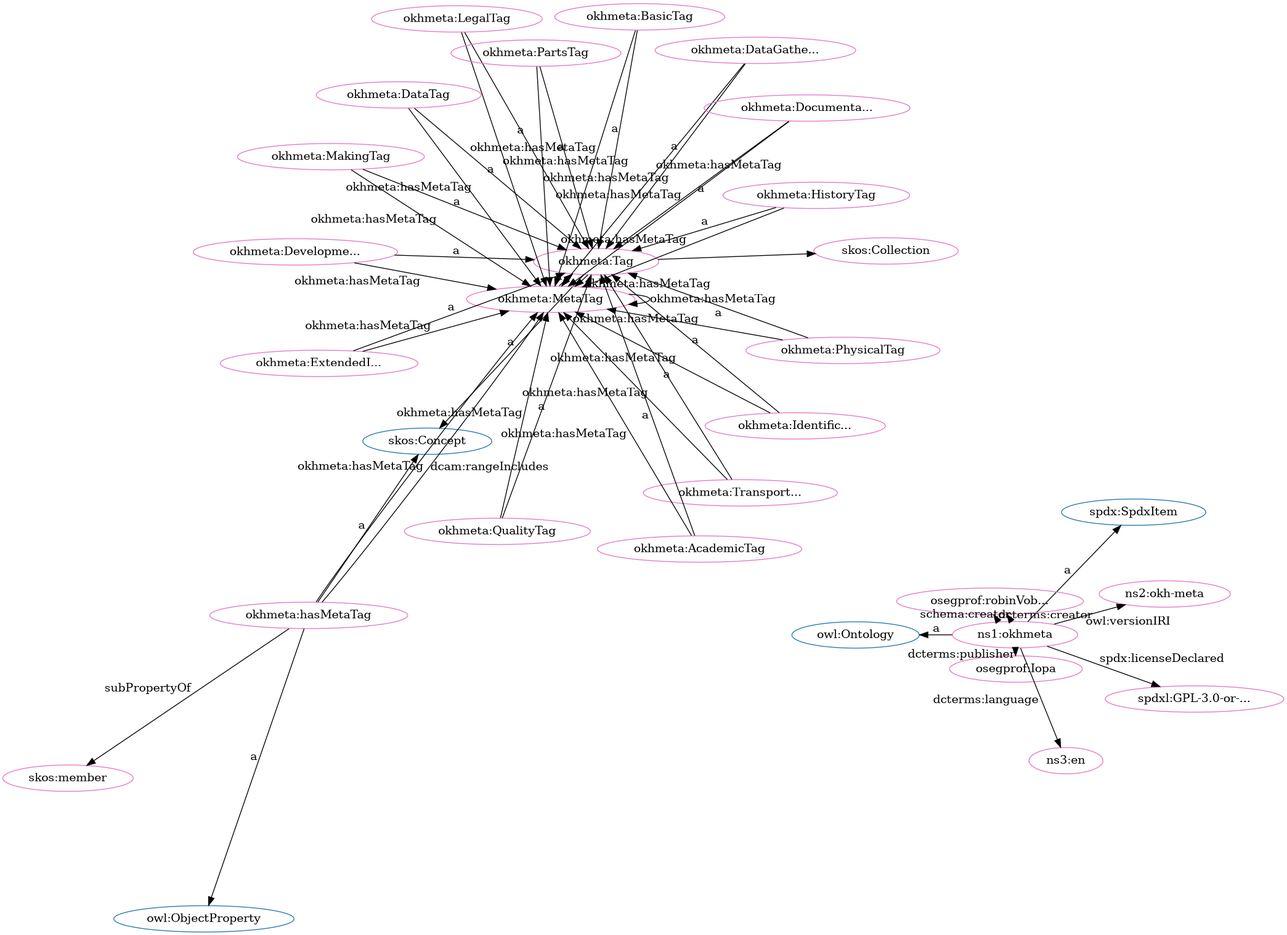
This is src/spec/fdp_okh-meta.png from iop-alliance/OpenKnowHow, a Graphviz export, as it was before one commit. Its source is kept beside it as src/spec/fdp_okh-meta.dot.
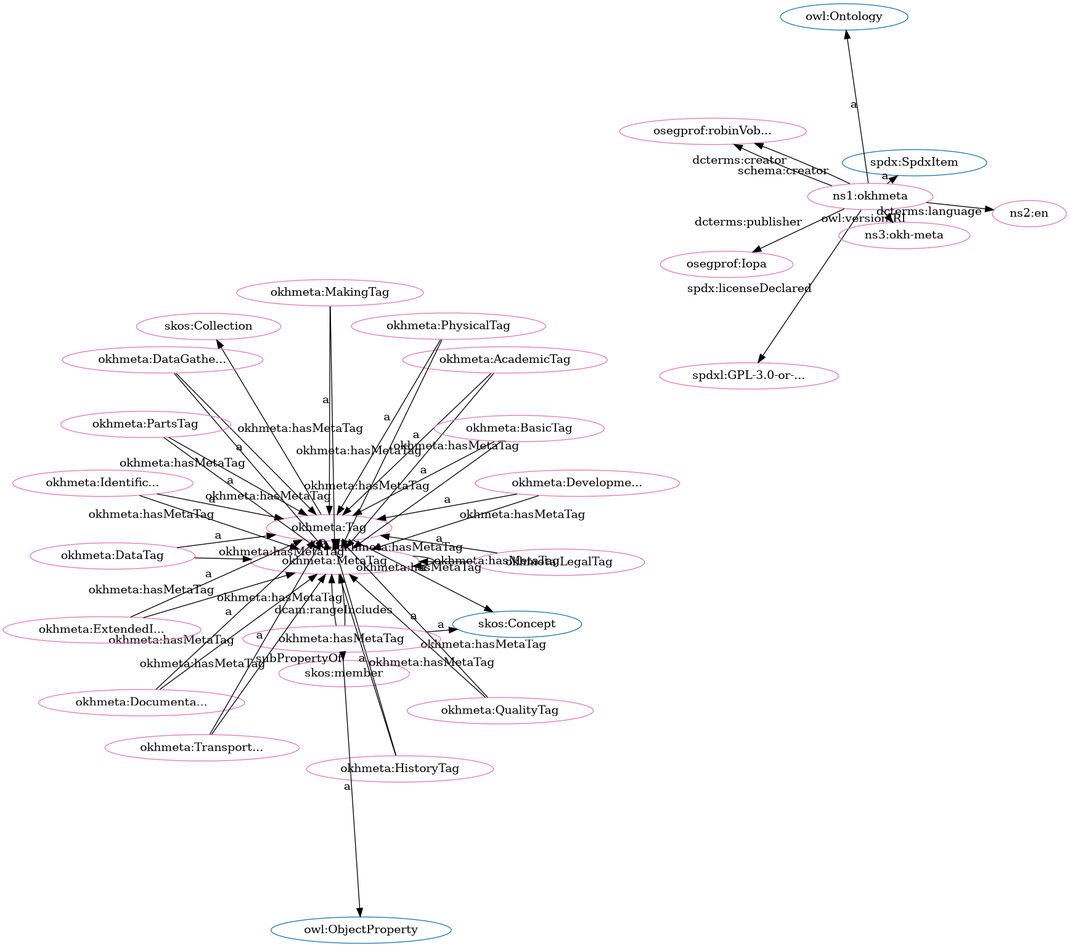
After the commit.

Change to the diagram source:
```diff
@@ -1,84 +1,84 @@
 digraph G {
   rankdir=BT
   node[height=.3]
-"http://www.w3.org/2004/02/skos/core#Collection" [fillcolor="#1f77b4" color="#1f77b4" label="skos:Collection"]
+"http://w3id.org/oseg/ont/okhmeta#Tag" [fillcolor="#1f77b4" color="#1f77b4" label="okhmeta:Tag"]
+"http://www.w3.org/2002/07/owl#Ontology" [fillcolor="#1f77b4" color="#1f77b4" label="owl:Ontology"]
 "http://www.w3.org/2004/02/skos/core#Concept" [fillcolor="#1f77b4" color="#1f77b4" label="skos:Concept"]
-"http://www.w3.org/2002/07/owl#Ontology" [fillcolor="#1f77b4" color="#1f77b4" label="owl:Ontology"]
 "http://spdx.org/rdf/terms#SpdxItem" [fillcolor="#1f77b4" color="#1f77b4" label="spdx:SpdxItem"]
 "http://www.w3.org/2002/07/owl#ObjectProperty" [fillcolor="#1f77b4" color="#1f77b4" label="owl:ObjectProperty"]
-"http://w3id.org/oseg/ont/okhmeta#Tag" [fillcolor="#1f77b4" color="#1f77b4" label="okhmeta:Tag"]
+"http://www.w3.org/2004/02/skos/core#Collection" [fillcolor="#1f77b4" color="#1f77b4" label="skos:Collection"]
+"http://w3id.org/oseg/ont/okhmeta#MetaTag" [fillcolor="#e377c2" color="#e377c2" label="okhmeta:MetaTag"]
+"http://w3id.org/oseg/ont/oseg-profiles#Iopa" [fillcolor="#e377c2" color="#e377c2" label="osegprof:Iopa"]
+"http://w3id.org/oseg/ont/okhmeta" [fillcolor="#e377c2" color="#e377c2" label="ns1:okhmeta"]
+"http://w3id.org/oseg/ont/okhmeta#AcademicTag" [fillcolor="#e377c2" color="#e377c2" label="okhmeta:AcademicTag"]
+"http://www.w3.org/2004/02/skos/core#member" [fillcolor="#e377c2" color="#e377c2" label="skos:member"]
+"http://w3id.org/oseg/ont/okhmeta#MakingTag" [fillcolor="#e377c2" color="#e377c2" label="okhmeta:MakingTag"]
+"http://w3id.org/oseg/ont/okhmeta#QualityTag" [fillcolor="#e377c2" color="#e377c2" label="okhmeta:QualityTag"]
+"http://w3id.org/oseg/ont/okhmeta#DocumentationTag" [fillcolor="#e377c2" color="#e377c2" label="okhmeta:Documenta..."]
+"http://w3id.org/oseg/ont/okhmeta#LegalTag" [fillcolor="#e377c2" color="#e377c2" label="okhmeta:LegalTag"]
 "http://w3id.org/oseg/ont/okhmeta#HistoryTag" [fillcolor="#e377c2" color="#e377c2" label="okhmeta:HistoryTag"]
+"http://id.loc.gov/vocabulary/iso639-1/en" [fillcolor="#e377c2" color="#e377c2" label="ns2:en"]
+"http://w3id.org/oseg/ont/okhmeta#Tag" [fillcolor="#e377c2" color="#e377c2" label="okhmeta:Tag"]
+"http://w3id.org/oseg/ont/oseg-profiles#robinVobruba" [fillcolor="#e377c2" color="#e377c2" label="osegprof:robinVob..."]
+"http://w3id.org/oseg/ont/okhmeta#hasMetaTag" [fillcolor="#e377c2" color="#e377c2" label="okhmeta:hasMetaTag"]
+"http://w3id.org/oseg/ont/okhmeta#PhysicalTag" [fillcolor="#e377c2" color="#e377c2" label="okhmeta:PhysicalTag"]
+"http://spdx.org/licenses/GPL-3.0-or-later" [fillcolor="#e377c2" color="#e377c2" label="spdxl:GPL-3.0-or-..."]
+"http://w3id.org/oseg/ont/okhmeta#DevelopmentTag" [fillcolor="#e377c2" color="#e377c2" label="okhmeta:Developme..."]
+"http://w3id.org/oseg/ont/okhmeta#BasicTag" [fillcolor="#e377c2" color="#e377c2" label="okhmeta:BasicTag"]
+"http://w3id.org/oseg/ont/okhmeta#ExtendedInfoTag" [fillcolor="#e377c2" color="#e377c2" label="okhmeta:ExtendedI..."]
+"http://www.w3.org/2004/02/skos/core#Collection" [fillcolor="#e377c2" color="#e377c2" label="skos:Collection"]
+"http://w3id.org/oseg/ont/1.1.0/okh-meta" [fillcolor="#e377c2" color="#e377c2" label="ns3:okh-meta"]
+"http://w3id.org/oseg/ont/okhmeta#IdentificationTag" [fillcolor="#e377c2" color="#e377c2" label="okhmeta:Identific..."]
+"http://w3id.org/oseg/ont/okhmeta#DataGatheringTag" [fillcolor="#e377c2" color="#e377c2" label="okhmeta:DataGathe..."]
+"http://w3id.org/oseg/ont/okhmeta#PartsTag" [fillcolor="#e377c2" color="#e377c2" label="okhmeta:PartsTag"]
 "http://w3id.org/oseg/ont/okhmeta#TransportationTag" [fillcolor="#e377c2" color="#e377c2" label="okhmeta:Transport..."]
-"http://w3id.org/oseg/ont/okhmeta#MakingTag" [fillcolor="#e377c2" color="#e377c2" label="okhmeta:MakingTag"]
-"http://w3id.org/oseg/ont/okhmeta#MetaTag" [fillcolor="#e377c2" color="#e377c2" label="okhmeta:MetaTag"]
-"http://w3id.org/oseg/ont/okhmeta" [fillcolor="#e377c2" color="#e377c2" label="ns1:okhmeta"]
-"http://w3id.org/oseg/ont/okhmeta#ExtendedInfoTag" [fillcolor="#e377c2" color="#e377c2" label="okhmeta:ExtendedI..."]
-"http://w3id.org/oseg/ont/okhmeta#AcademicTag" [fillcolor="#e377c2" color="#e377c2" label="okhmeta:AcademicTag"]
-"http://w3id.org/oseg/ont/okhmeta#QualityTag" [fillcolor="#e377c2" color="#e377c2" label="okhmeta:QualityTag"]
 "http://w3id.org/oseg/ont/okhmeta#DataTag" [fillcolor="#e377c2" color="#e377c2" label="okhmeta:DataTag"]
-"http://w3id.org/oseg/ont/oseg-profiles#robinVobruba" [fillcolor="#e377c2" color="#e377c2" label="osegprof:robinVob..."]
-"http://w3id.org/oseg/ont/okhmeta#PhysicalTag" [fillcolor="#e377c2" color="#e377c2" label="okhmeta:PhysicalTag"]
-"http://w3id.org/oseg/ont/okhmeta#DevelopmentTag" [fillcolor="#e377c2" color="#e377c2" label="okhmeta:Developme..."]
-"http://w3id.org/oseg/ont/okhmeta#LegalTag" [fillcolor="#e377c2" color="#e377c2" label="okhmeta:LegalTag"]
-"http://w3id.org/oseg/ont/okhmeta#DataGatheringTag" [fillcolor="#e377c2" color="#e377c2" label="okhmeta:DataGathe..."]
-"http://w3id.org/oseg/ont/okhmeta#Tag" [fillcolor="#e377c2" color="#e377c2" label="okhmeta:Tag"]
-"http://www.w3.org/2004/02/skos/core#Collection" [fillcolor="#e377c2" color="#e377c2" label="skos:Collection"]
-"http://w3id.org/oseg/ont/okhmeta#IdentificationTag" [fillcolor="#e377c2" color="#e377c2" label="okhmeta:Identific..."]
-"http://spdx.org/licenses/GPL-3.0-or-later" [fillcolor="#e377c2" color="#e377c2" label="spdxl:GPL-3.0-or-..."]
-"http://w3id.org/oseg/ont/okhmeta#DocumentationTag" [fillcolor="#e377c2" color="#e377c2" label="okhmeta:Documenta..."]
-"http://w3id.org/oseg/ont/1.1.0/okh-meta" [fillcolor="#e377c2" color="#e377c2" label="ns2:okh-meta"]
-"http://w3id.org/oseg/ont/okhmeta#hasMetaTag" [fillcolor="#e377c2" color="#e377c2" label="okhmeta:hasMetaTag"]
-"http://w3id.org/oseg/ont/okhmeta#BasicTag" [fillcolor="#e377c2" color="#e377c2" label="okhmeta:BasicTag"]
-"http://w3id.org/oseg/ont/oseg-profiles#Iopa" [fillcolor="#e377c2" color="#e377c2" label="osegprof:Iopa"]
-"http://id.loc.gov/vocabulary/iso639-1/en" [fillcolor="#e377c2" color="#e377c2" label="ns3:en"]
-"http://www.w3.org/2004/02/skos/core#member" [fillcolor="#e377c2" color="#e377c2" label="skos:member"]
-"http://w3id.org/oseg/ont/okhmeta#PartsTag" [fillcolor="#e377c2" color="#e377c2" label="okhmeta:PartsTag"]
+  "http://w3id.org/oseg/ont/okhmeta#DataGatheringTag" -> "http://w3id.org/oseg/ont/okhmeta#MetaTag" [label="okhmeta:hasMetaTag"]
+  "http://w3id.org/oseg/ont/okhmeta#QualityTag" -> "http://w3id.org/oseg/ont/okhmeta#Tag" [label="a"]
+  "http://w3id.org/oseg/ont/okhmeta#MakingTag" -> "http://w3id.org/oseg/ont/okhmeta#MetaTag" [label="okhmeta:hasMetaTag"]
   "http://w3id.org/oseg/ont/okhmeta#HistoryTag" -> "http://w3id.org/oseg/ont/okhmeta#Tag" [label="a"]
+  "http://w3id.org/oseg/ont/okhmeta#Tag" -> "http://www.w3.org/2004/02/skos/core#Concept" [label="a"]
+  "http://w3id.org/oseg/ont/okhmeta#ExtendedInfoTag" -> "http://w3id.org/oseg/ont/okhmeta#MetaTag" [label="okhmeta:hasMetaTag"]
+  "http://w3id.org/oseg/ont/okhmeta#hasMetaTag" -> "http://www.w3.org/2004/02/skos/core#Concept" [label="a"]
+  "http://w3id.org/oseg/ont/okhmeta#MetaTag" -> "http://w3id.org/oseg/ont/okhmeta#MetaTag" [label="okhmeta:hasMetaTag"]
+  "http://w3id.org/oseg/ont/okhmeta" -> "http://spdx.org/licenses/GPL-3.0-or-later" [label="spdx:licenseDeclared"]
+  "http://w3id.org/oseg/ont/okhmeta#DevelopmentTag" -> "http://w3id.org/oseg/ont/okhmeta#Tag" [label="a"]
+  "http://w3id.org/oseg/ont/okhmeta#hasMetaTag" -> "http://www.w3.org/2002/07/owl#ObjectProperty" [label="a"]
+  "http://w3id.org/oseg/ont/okhmeta#BasicTag" -> "http://w3id.org/oseg/ont/okhmeta#Tag" [label="a"]
+  "http://w3id.org/oseg/ont/okhmeta#HistoryTag" -> "http://w3id.org/oseg/ont/okhmeta#MetaTag" [label="okhmeta:hasMetaTag"]
+  "http://w3id.org/oseg/ont/okhmeta#QualityTag" -> "http://w3id.org/oseg/ont/okhmeta#MetaTag" [label="okhmeta:hasMetaTag"]
+  "http://w3id.org/oseg/ont/okhmeta" -> "http://www.w3.org/2002/07/owl#Ontology" [label="a"]
+  "http://w3id.org/oseg/ont/okhmeta" -> "http://w3id.org/oseg/ont/oseg-profiles#robinVobruba" [label="dcterms:creator"]
+  "http://w3id.org/oseg/ont/okhmeta#DataTag" -> "http://w3id.org/oseg/ont/okhmeta#Tag" [label="a"]
+  "http://w3id.org/oseg/ont/okhmeta#PartsTag" -> "http://w3id.org/oseg/ont/okhmeta#Tag" [label="a"]
   "http://w3id.org/oseg/ont/okhmeta#TransportationTag" -> "http://w3id.org/oseg/ont/okhmeta#Tag" [label="a"]
-  "http://w3id.org/oseg/ont/okhmeta#MakingTag" -> "http://w3id.org/oseg/ont/okhmeta#Tag" [label="a"]
-  "http://w3id.org/oseg/ont/okhmeta#HistoryTag" -> "http://w3id.org/oseg/ont/okhmeta#MetaTag" [label="okhmeta:hasMetaTag"]
-  "http://w3id.org/oseg/ont/okhmeta" -> "http://www.w3.org/2002/07/owl#Ontology" [label="a"]
-  "http://w3id.org/oseg/ont/okhmeta#AcademicTag" -> "http://w3id.org/oseg/ont/okhmeta#Tag" [label="a"]
-  "http://w3id.org/oseg/ont/okhmeta#QualityTag" -> "http://w3id.org/oseg/ont/okhmeta#Tag" [label="a"]
-  "http://w3id.org/oseg/ont/okhmeta#LegalTag" -> "http://w3id.org/oseg/ont/okhmeta#MetaTag" [label="okhmeta:hasMetaTag"]
-  "http://w3id.org/oseg/ont/okhmeta#DataTag" -> "http://w3id.org/oseg/ont/okhmeta#Tag" [label="a"]
-  "http://w3id.org/oseg/ont/okhmeta#AcademicTag" -> "http://w3id.org/oseg/ont/okhmeta#MetaTag" [label="okhmeta:hasMetaTag"]
-  "http://w3id.org/oseg/ont/okhmeta#DataGatheringTag" -> "http://w3id.org/oseg/ont/okhmeta#MetaTag" [label="okhmeta:hasMetaTag"]
-  "http://w3id.org/oseg/ont/okhmeta#QualityTag" -> "http://w3id.org/oseg/ont/okhmeta#MetaTag" [label="okhmeta:hasMetaTag"]
-  "http://w3id.org/oseg/ont/okhmeta#PhysicalTag" -> "http://w3id.org/oseg/ont/okhmeta#Tag" [label="a"]
-  "http://w3id.org/oseg/ont/okhmeta#IdentificationTag" -> "http://w3id.org/oseg/ont/okhmeta#MetaTag" [label="okhmeta:hasMetaTag"]
-  "http://w3id.org/oseg/ont/okhmeta#hasMetaTag" -> "http://w3id.org/oseg/ont/okhmeta#MetaTag" [label="okhmeta:hasMetaTag"]
-  "http://w3id.org/oseg/ont/okhmeta#DevelopmentTag" -> "http://w3id.org/oseg/ont/okhmeta#Tag" [label="a"]
-  "http://w3id.org/oseg/ont/okhmeta#PhysicalTag" -> "http://w3id.org/oseg/ont/okhmeta#MetaTag" [label="okhmeta:hasMetaTag"]
   "http://w3id.org/oseg/ont/okhmeta#BasicTag" -> "http://w3id.org/oseg/ont/okhmeta#MetaTag" [label="okhmeta:hasMetaTag"]
   "http://w3id.org/oseg/ont/okhmeta#DevelopmentTag" -> "http://w3id.org/oseg/ont/okhmeta#MetaTag" [label="okhmeta:hasMetaTag"]
-  "http://w3id.org/oseg/ont/okhmeta#MetaTag" -> "http://w3id.org/oseg/ont/okhmeta#Tag" [label="a"]
-  "http://w3id.org/oseg/ont/okhmeta#MakingTag" -> "http://w3id.org/oseg/ont/okhmeta#MetaTag" [label="okhmeta:hasMetaTag"]
-  "http://w3id.org/oseg/ont/okhmeta" -> "http://spdx.org/licenses/GPL-3.0-or-later" [label="spdx:licenseDeclared"]
+  "http://w3id.org/oseg/ont/okhmeta" -> "http://w3id.org/oseg/ont/oseg-profiles#Iopa" [label="dcterms:publisher"]
+  "http://w3id.org/oseg/ont/okhmeta#AcademicTag" -> "http://w3id.org/oseg/ont/okhmeta#MetaTag" [label="okhmeta:hasMetaTag"]
+  "http://w3id.org/oseg/ont/okhmeta" -> "http://spdx.org/rdf/terms#SpdxItem" [label="a"]
+  "http://w3id.org/oseg/ont/okhmeta#AcademicTag" -> "http://w3id.org/oseg/ont/okhmeta#Tag" [label="a"]
+  "http://w3id.org/oseg/ont/okhmeta#hasMetaTag" -> "http://www.w3.org/2004/02/skos/core#member" [label="subPropertyOf"]
+  "http://w3id.org/oseg/ont/okhmeta#DocumentationTag" -> "http://w3id.org/oseg/ont/okhmeta#MetaTag" [label="okhmeta:hasMetaTag"]
+  "http://w3id.org/oseg/ont/okhmeta#MakingTag" -> "http://w3id.org/oseg/ont/okhmeta#Tag" [label="a"]
   "http://w3id.org/oseg/ont/okhmeta#DocumentationTag" -> "http://w3id.org/oseg/ont/okhmeta#Tag" [label="a"]
-  "http://w3id.org/oseg/ont/okhmeta" -> "http://spdx.org/rdf/terms#SpdxItem" [label="a"]
-  "http://w3id.org/oseg/ont/okhmeta#hasMetaTag" -> "http://www.w3.org/2004/02/skos/core#member" [label="subPropertyOf"]
-  "http://w3id.org/oseg/ont/okhmeta#hasMetaTag" -> "http://www.w3.org/2004/02/skos/core#Concept" [label="a"]
-  "http://w3id.org/oseg/ont/okhmeta#PartsTag" -> "http://w3id.org/oseg/ont/okhmeta#Tag" [label="a"]
-  "http://w3id.org/oseg/ont/okhmeta" -> "http://w3id.org/oseg/ont/oseg-profiles#robinVobruba" [label="dcterms:creator"]
+  "http://w3id.org/oseg/ont/okhmeta#LegalTag" -> "http://w3id.org/oseg/ont/okhmeta#Tag" [label="a"]
+  "http://w3id.org/oseg/ont/okhmeta" -> "http://id.loc.gov/vocabulary/iso639-1/en" [label="dcterms:language"]
+  "http://w3id.org/oseg/ont/okhmeta#Tag" -> "http://w3id.org/oseg/ont/okhmeta#MetaTag" [label="okhmeta:hasMetaTag"]
+  "http://w3id.org/oseg/ont/okhmeta#PartsTag" -> "http://w3id.org/oseg/ont/okhmeta#MetaTag" [label="okhmeta:hasMetaTag"]
+  "http://w3id.org/oseg/ont/okhmeta" -> "http://w3id.org/oseg/ont/oseg-profiles#robinVobruba" [label="schema:creator"]
   "http://w3id.org/oseg/ont/okhmeta#TransportationTag" -> "http://w3id.org/oseg/ont/okhmeta#MetaTag" [label="okhmeta:hasMetaTag"]
   "http://w3id.org/oseg/ont/okhmeta#hasMetaTag" -> "http://w3id.org/oseg/ont/okhmeta#MetaTag" [label="dcam:rangeIncludes"]
+  "http://w3id.org/oseg/ont/okhmeta#hasMetaTag" -> "http://w3id.org/oseg/ont/okhmeta#MetaTag" [label="okhmeta:hasMetaTag"]
+  "http://w3id.org/oseg/ont/okhmeta#PhysicalTag" -> "http://w3id.org/oseg/ont/okhmeta#Tag" [label="a"]
+  "http://w3id.org/oseg/ont/okhmeta#LegalTag" -> "http://w3id.org/oseg/ont/okhmeta#MetaTag" [label="okhmeta:hasMetaTag"]
+  "http://w3id.org/oseg/ont/okhmeta#Tag" -> "http://www.w3.org/2004/02/skos/core#Collection" [label=""]
+  "http://w3id.org/oseg/ont/okhmeta#IdentificationTag" -> "http://w3id.org/oseg/ont/okhmeta#MetaTag" [label="okhmeta:hasMetaTag"]
+  "http://w3id.org/oseg/ont/okhmeta" -> "http://w3id.org/oseg/ont/1.1.0/okh-meta" [label="owl:versionIRI"]
+  "http://w3id.org/oseg/ont/okhmeta#IdentificationTag" -> "http://w3id.org/oseg/ont/okhmeta#Tag" [label="a"]
+  "http://w3id.org/oseg/ont/okhmeta#DataGatheringTag" -> "http://w3id.org/oseg/ont/okhmeta#Tag" [label="a"]
+  "http://w3id.org/oseg/ont/okhmeta#MetaTag" -> "http://w3id.org/oseg/ont/okhmeta#Tag" [label="a"]
+  "http://w3id.org/oseg/ont/okhmeta#DataTag" -> "http://w3id.org/oseg/ont/okhmeta#MetaTag" [label="okhmeta:hasMetaTag"]
+  "http://w3id.org/oseg/ont/okhmeta#PhysicalTag" -> "http://w3id.org/oseg/ont/okhmeta#MetaTag" [label="okhmeta:hasMetaTag"]
   "http://w3id.org/oseg/ont/okhmeta#ExtendedInfoTag" -> "http://w3id.org/oseg/ont/okhmeta#Tag" [label="a"]
-  "http://w3id.org/oseg/ont/okhmeta" -> "http://w3id.org/oseg/ont/oseg-profiles#robinVobruba" [label="schema:creator"]
-  "http://w3id.org/oseg/ont/okhmeta#MetaTag" -> "http://w3id.org/oseg/ont/okhmeta#MetaTag" [label="okhmeta:hasMetaTag"]
-  "http://w3id.org/oseg/ont/okhmeta#DataTag" -> "http://w3id.org/oseg/ont/okhmeta#MetaTag" [label="okhmeta:hasMetaTag"]
-  "http://w3id.org/oseg/ont/okhmeta#DocumentationTag" -> "http://w3id.org/oseg/ont/okhmeta#MetaTag" [label="okhmeta:hasMetaTag"]
-  "http://w3id.org/oseg/ont/okhmeta#LegalTag" -> "http://w3id.org/oseg/ont/okhmeta#Tag" [label="a"]
-  "http://w3id.org/oseg/ont/okhmeta#PartsTag" -> "http://w3id.org/oseg/ont/okhmeta#MetaTag" [label="okhmeta:hasMetaTag"]
-  "http://w3id.org/oseg/ont/okhmeta#DataGatheringTag" -> "http://w3id.org/oseg/ont/okhmeta#Tag" [label="a"]
-  "http://w3id.org/oseg/ont/okhmeta#Tag" -> "http://www.w3.org/2004/02/skos/core#Concept" [label="a"]
-  "http://w3id.org/oseg/ont/okhmeta#IdentificationTag" -> "http://w3id.org/oseg/ont/okhmeta#Tag" [label="a"]
-  "http://w3id.org/oseg/ont/okhmeta#Tag" -> "http://www.w3.org/2004/02/skos/core#Collection" [label=""]
-  "http://w3id.org/oseg/ont/okhmeta#Tag" -> "http://w3id.org/oseg/ont/okhmeta#MetaTag" [label="okhmeta:hasMetaTag"]
-  "http://w3id.org/oseg/ont/okhmeta#ExtendedInfoTag" -> "http://w3id.org/oseg/ont/okhmeta#MetaTag" [label="okhmeta:hasMetaTag"]
-  "http://w3id.org/oseg/ont/okhmeta" -> "http://w3id.org/oseg/ont/1.1.0/okh-meta" [label="owl:versionIRI"]
-  "http://w3id.org/oseg/ont/okhmeta#hasMetaTag" -> "http://www.w3.org/2002/07/owl#ObjectProperty" [label="a"]
-  "http://w3id.org/oseg/ont/okhmeta#BasicTag" -> "http://w3id.org/oseg/ont/okhmeta#Tag" [label="a"]
-  "http://w3id.org/oseg/ont/okhmeta" -> "http://w3id.org/oseg/ont/oseg-profiles#Iopa" [label="dcterms:publisher"]
-  "http://w3id.org/oseg/ont/okhmeta" -> "http://id.loc.gov/vocabulary/iso639-1/en" [label="dcterms:language"]
 }
```
